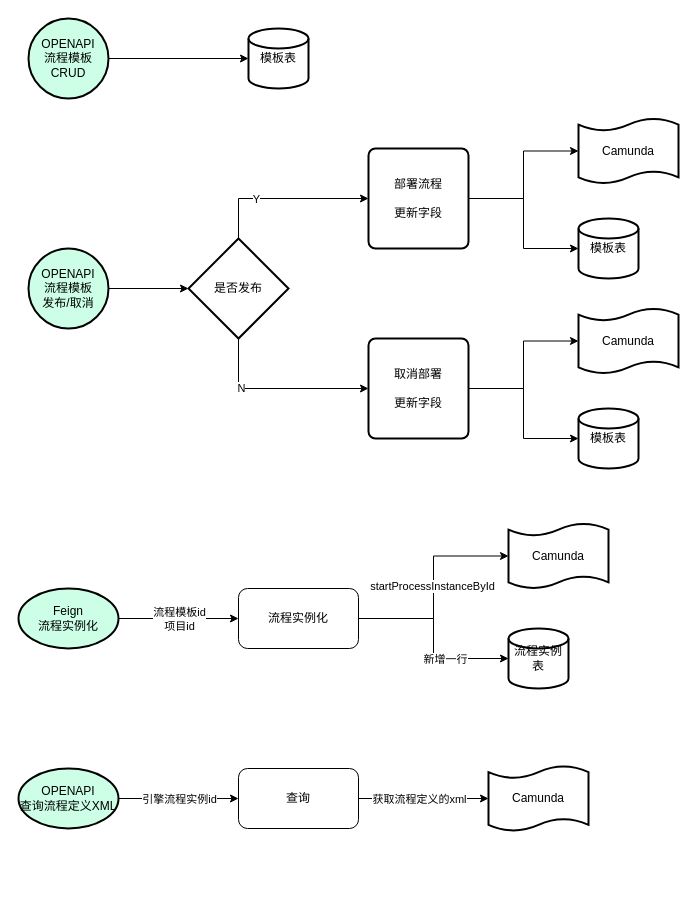
icodegarden/drawio keeps this draw.io diagram as page "第 1 页" (1 of 2) of geely/ssp/ssp-workflow/流程模板.drawio. Above is the earlier version. Source tidied: cells renumbered, new cells numbered last; positions are measured from the earlier drawing's top-left corner, leaving out a move shared by most shapes. Both pictures are drawn from the tidied source at 100%, with x=0, y=0 at pixel (18, 18).
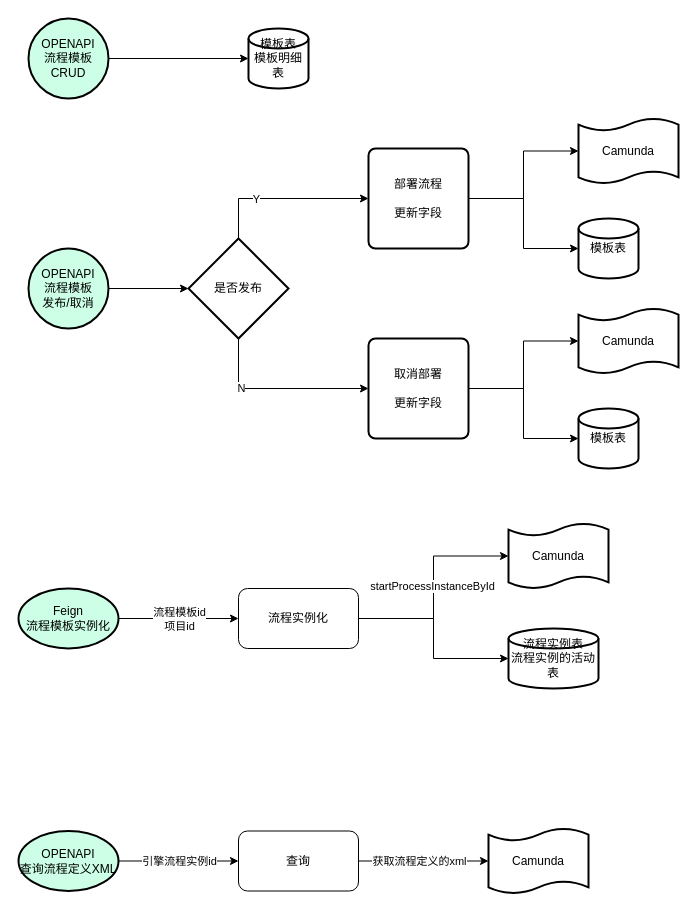
After the change.

Commit message:
更新流程模板.drawio

The change refers to these unchanged cells:
```xml
<mxCell id="30" style="edgeStyle=orthogonalEdgeStyle;rounded=0;jettySize=auto;html=1;entryX=0;entryY=0.5;entryDx=0;entryDy=0;entryPerimeter=0;" parent="1" edge="1" source="25" target="29">
  <mxGeometry relative="1" as="geometry" />
</mxCell>
```

The edit, as a diff of the source:
```diff
@@
-    <mxCell id="3" value="模板表" style="strokeWidth=2;html=1;shape=mxgraph.flowchart.database;whiteSpace=wrap;" parent="1" vertex="1">
+    <mxCell id="3" value="模板表&lt;div&gt;模板明细表&lt;/div&gt;" style="strokeWidth=2;html=1;shape=mxgraph.flowchart.database;whiteSpace=wrap;" parent="1" vertex="1">
       <mxGeometry x="230" y="10" width="60" height="60" as="geometry" />
     </mxCell>
@@
-    <mxCell id="24" value="Feign&lt;div&gt;流程&lt;span style=&quot;background-color: initial;&quot;&gt;实例化&lt;/span&gt;&lt;/div&gt;" style="strokeWidth=2;html=1;shape=mxgraph.flowchart.start_1;whiteSpace=wrap;fillColor=#CCFFE6;" parent="1" vertex="1">
+    <mxCell id="24" value="Feign&lt;div&gt;流程模板&lt;span style=&quot;background-color: initial;&quot;&gt;实例化&lt;/span&gt;&lt;/div&gt;" style="strokeWidth=2;html=1;shape=mxgraph.flowchart.start_1;whiteSpace=wrap;fillColor=#CCFFE6;" parent="1" vertex="1">
       <mxGeometry y="570" width="100" height="60" as="geometry" />
     </mxCell>
@@
-    <mxCell id="29" value="流程实例表" style="strokeWidth=2;html=1;shape=mxgraph.flowchart.database;whiteSpace=wrap;" parent="1" vertex="1">
-      <mxGeometry x="490" y="610" width="60" height="60" as="geometry" />
+    <mxCell id="29" value="流程实例表&lt;div&gt;流程实例的活动表&lt;br&gt;&lt;/div&gt;" style="strokeWidth=2;html=1;shape=mxgraph.flowchart.database;whiteSpace=wrap;" parent="1" vertex="1">
+      <mxGeometry x="490" y="610" width="90" height="60" as="geometry" />
     </mxCell>
@@
-    <mxCell id="31" value="新增一行" style="edgeLabel;html=1;align=center;verticalAlign=middle;" parent="30" vertex="1">
-      <mxGeometry x="0.33" relative="1" as="geometry" />
-    </mxCell>
@@
     <mxCell id="34" value="OPENAPI&lt;div&gt;查询流程定义XML&lt;br&gt;&lt;/div&gt;" style="strokeWidth=2;html=1;shape=mxgraph.flowchart.start_1;whiteSpace=wrap;fillColor=#CCFFE6;" parent="1" vertex="1">
-      <mxGeometry y="750" width="100" height="60" as="geometry" />
+      <mxGeometry y="812.5" width="100" height="60" as="geometry" />
     </mxCell>
     <mxCell id="35" value="查询" style="rounded=1;whiteSpace=wrap;html=1;" parent="1" vertex="1">
-      <mxGeometry x="220" y="750" width="120" height="60" as="geometry" />
+      <mxGeometry x="220" y="812.5" width="120" height="60" as="geometry" />
     </mxCell>
     <mxCell id="36" value="Camunda" style="shape=tape;whiteSpace=wrap;html=1;strokeWidth=2;size=0.19;" parent="1" vertex="1">
-      <mxGeometry x="470" y="747.5" width="100" height="65" as="geometry" />
+      <mxGeometry x="470" y="810" width="100" height="65" as="geometry" />
     </mxCell>
```
